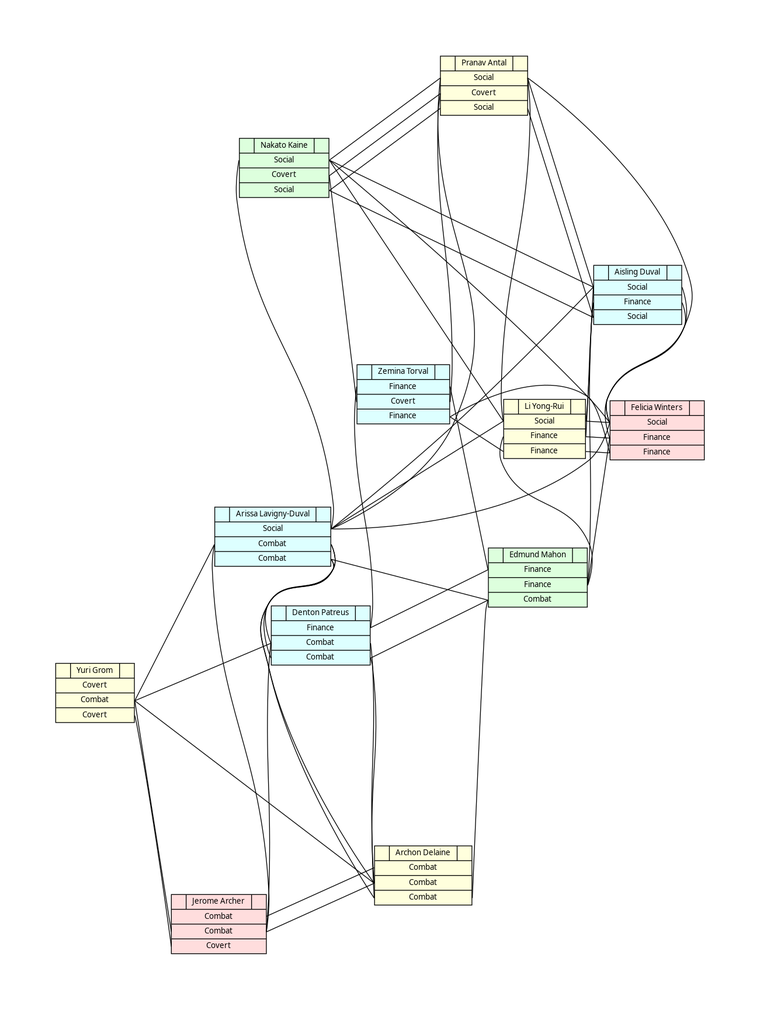
Above: public/images/ethos.png in cim--/edheatmap (Graphviz), before the change. Its source is kept beside it as docs/ethos.gv. Its diagram source:
```dot
graph ethos {
	layout=fdp; K=3;
	/* layout=neato; edge [len=4]; */
    rankdir=LR;
    overlap=scale;
    splines=true;
    node [fontname="sans-serif"; fontsize=10;]
    start=6;
    pad=1;

    ADu [shape=record; style=filled; fillcolor="#ddffff"; label="{ | Aisling Duval | } | <A> Social | <R> Finance | <U> Social"];
    ADe [shape=record; style=filled; fillcolor="#ffffdd"; label="{ | Archon Delaine | } | <A> Combat | <R> Combat | <U> Combat"];
    ALD [shape=record; style=filled; fillcolor="#ddffff"; label="{ | Arissa Lavigny-Duval | } | <A> Social | <R> Combat | <U> Combat"];
    DP [shape=record; style=filled; fillcolor="#ddffff"; label="{ | Denton Patreus | } | <A> Finance | <R> Combat | <U> Combat"];
    EM [shape=record; style=filled; fillcolor="#ddffdd"; label="{ | Edmund Mahon | } | <A> Finance | <R> Finance | <U> Combat"];
    FW [shape=record; style=filled; fillcolor="#ffdddd"; label="{ | Felicia Winters | } | <A> Social | <R> Finance | <U> Finance"];
    JA [shape=record; style=filled; fillcolor="#ffdddd"; label="{ | Jerome Archer | } | <A> Combat | <R> Combat | <U> Covert"];
    LYR [shape=record; style=filled; fillcolor="#ffffdd"; label="{ | Li Yong-Rui | } | <A> Social | <R> Finance | <U> Finance"];
    NK  [shape=record; style=filled; fillcolor="#ddffdd"; label="{ | Nakato Kaine | } | <A> Social | <R> Covert | <U> Social"];
    PA  [shape=record; style=filled; fillcolor="#ffffdd"; label="{ | Pranav Antal | } | <A> Social | <R> Covert | <U> Social"];
    YG  [shape=record; style=filled; fillcolor="#ffffdd"; label="{ | Yuri Grom | } | <A> Covert | <R> Combat | <U> Covert"];
    ZT [shape=record; style=filled; fillcolor="#ddffff"; label="{ | Zemina Torval | } | <A> Finance | <R> Covert | <U> Finance"];

    /* Acquisition */
    /* *Social* */
    { edge [weight = 0.25];
    ADu:A -- ALD:A -- FW:A -- LYR:A -- NK:A -- PA:A -- ADu:A
    ADu:A -- FW:A -- NK:A -- ADu:A
    ALD:A -- LYR:A -- PA:A -- ALD:A
    ADu:A -- LYR:A
    ALD:A -- NK:A
    FW:A -- PA:A
    }
    /* *Finance* */
    { edge [weight = 1];
    DP:A -- EM:A -- ZT:A -- DP:A
    }
    /* *Combat* */
    { edge [weight = 1.25];
    ADe:A -- JA:A
    }
    /* *Covert* */

    /* Reinforcement */
    /* *Social* */
    /* *Finance* */
    { edge [weight = 1];
    ADu:R -- EM:R -- FW:R -- LYR:R -- ADu:R
    ADu:R -- FW:R
    EM:R -- LYR:R
    }
    /* *Combat* */
    { edge [weight = 0.75];
    ADe:R -- ALD:R -- DP:R -- JA:R -- YG:R -- ADe:R
    ADe:R -- DP:R -- YG:R -- ALD:R -- JA:R -- ADe:R
    }
    /* *Covert* */
    { edge [weight = 1.25];
    NK:R -- PA:R -- ZT:R -- NK:R
    }

    /* Undermining */
    /* *Social* */
    { edge [weight = 1.25];
    ADu:U -- NK:U -- PA:U -- ADu:U
    }
    /* *Finance* */
    { edge [weight = 1.25];
    FW:U -- LYR:U -- ZT:U -- FW:U
    }
    /* *Combat* */
    { edge [weight = 0.75];
    ADe:U -- ALD:U -- DP:U -- EM:U -- ADe:U
    ADe:U -- DP:U
    ALD:U -- EM:U
    }
    /* *Covert* */
    { edge [weight = 1.5];
    JA:U -- YG:U
    }

}
```
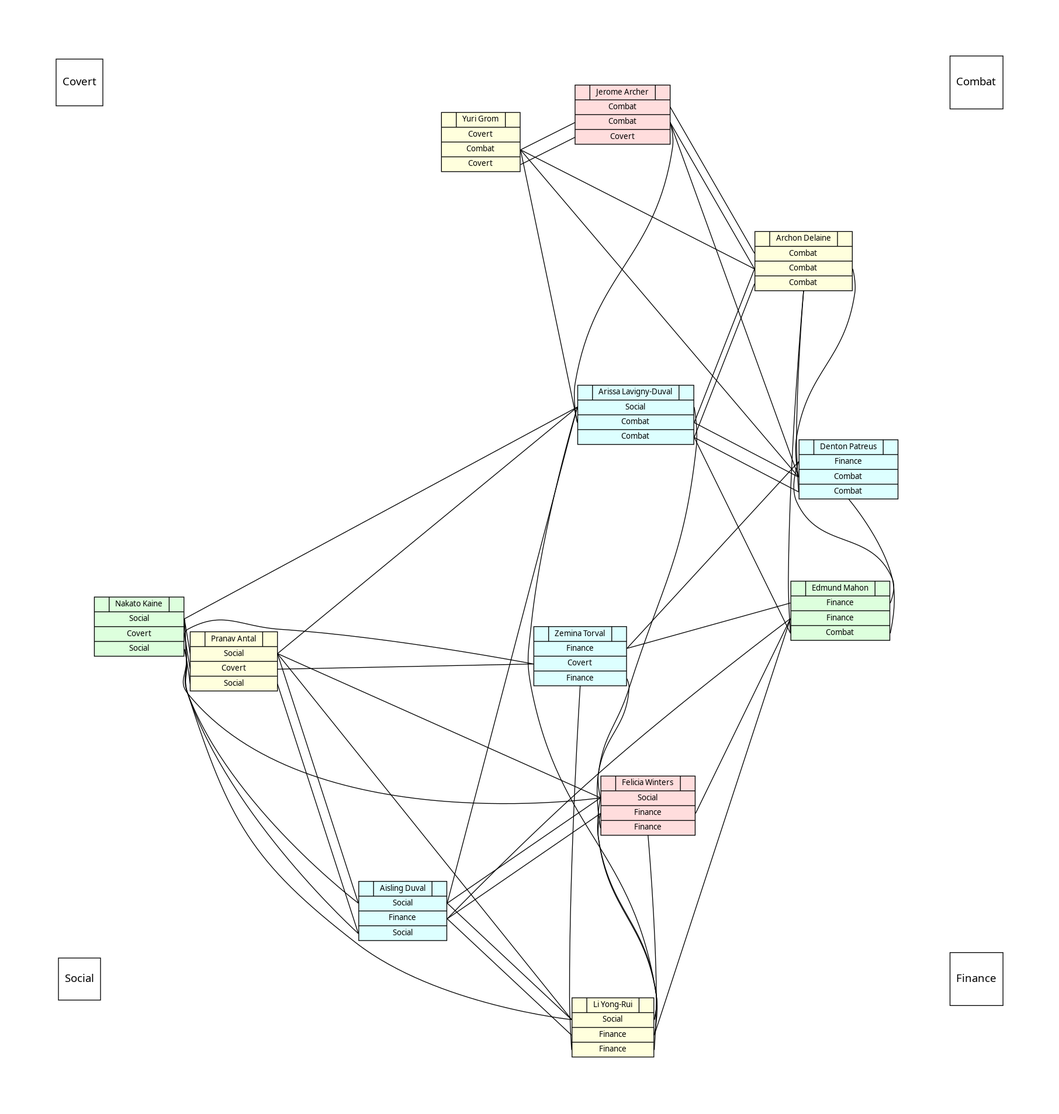
Later version of the same file.

Commit message:
Update ethos graphic

What changed in the source:
```diff
@@ -8,6 +8,12 @@
     start=6;
     pad=1;
 
+    { node [fontsize=14]
+    Social [shape=square; pos="0,0!"];
+    Combat [shape=square; pos="15,15!"];
+    Covert [shape=square; pos="0,15!"];
+    Finance [shape=square; pos="15,0!"];
+    }
     ADu [shape=record; style=filled; fillcolor="#ddffff"; label="{ | Aisling Duval | } | <A> Social | <R> Finance | <U> Social"];
     ADe [shape=record; style=filled; fillcolor="#ffffdd"; label="{ | Archon Delaine | } | <A> Combat | <R> Combat | <U> Combat"];
     ALD [shape=record; style=filled; fillcolor="#ddffff"; label="{ | Arissa Lavigny-Duval | } | <A> Social | <R> Combat | <U> Combat"];
@@ -79,4 +85,21 @@
     JA:U -- YG:U
     }
 
+    { edge [style=invis];
+    { edge [weight=5];
+    /* Strong links */
+    Social -- { ADu PA NK }
+    Finance -- { LYR FW ZT EM }
+    Combat -- { JA ADe ALD DP }
+    Covert -- { YG }
+    }
+
+    { edge [weight=2.5];
+    /* Weak links */
+    Social -- { LYR FW ALD }
+    Finance -- { ADu DP }
+    Combat -- { YG EM }
+    Covert -- { JA PA NK ZT }
+    }
+    }
 }
```
